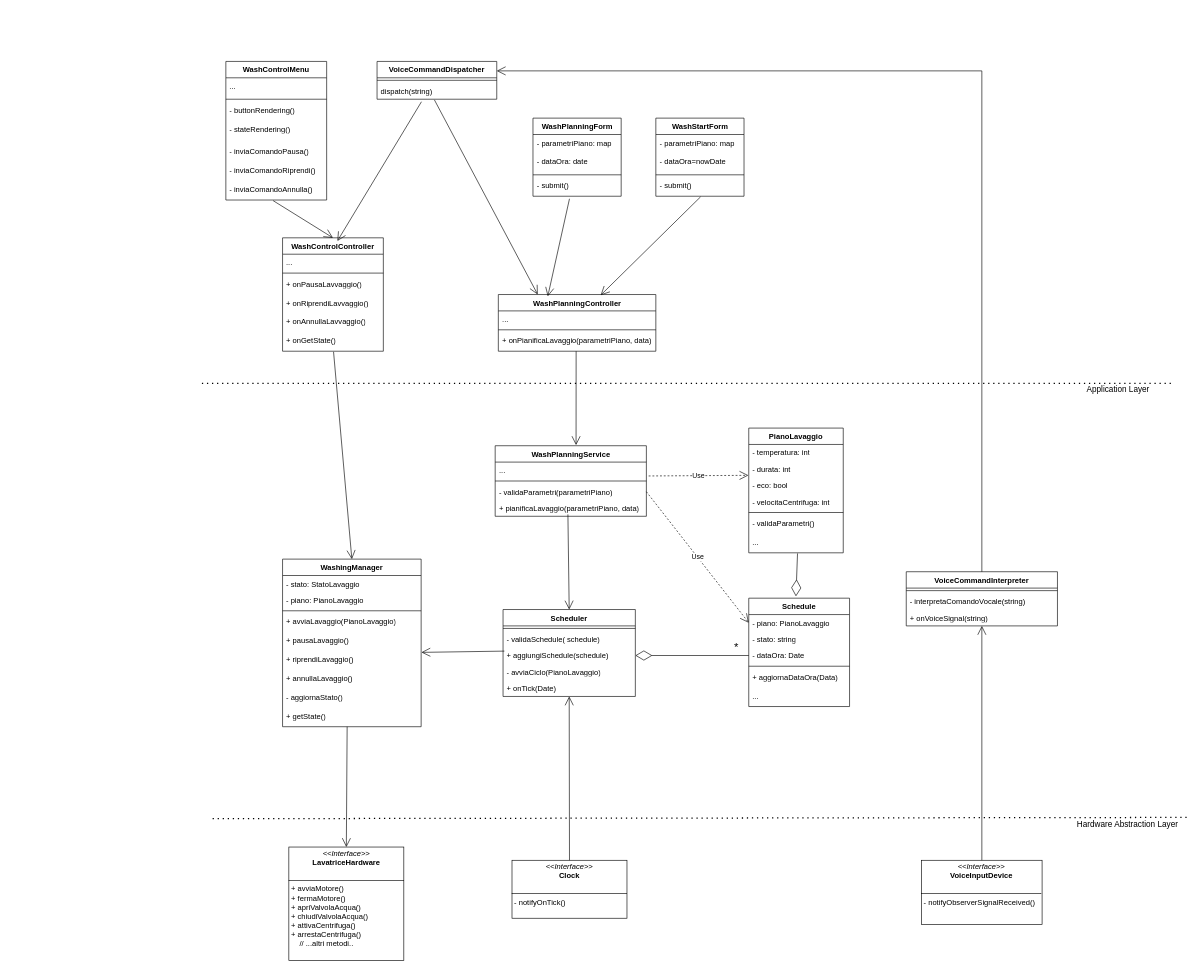
Before: content/class.drawio in uni-aca100/ing-proj, a draw.io diagram. Source tidied: cells renumbered, new cells numbered last; positions are measured from the earlier drawing's top-left corner, leaving out a move shared by most shapes. Both pictures are drawn from the tidied source at 63%, with x=0, y=0 at pixel (202, 61).
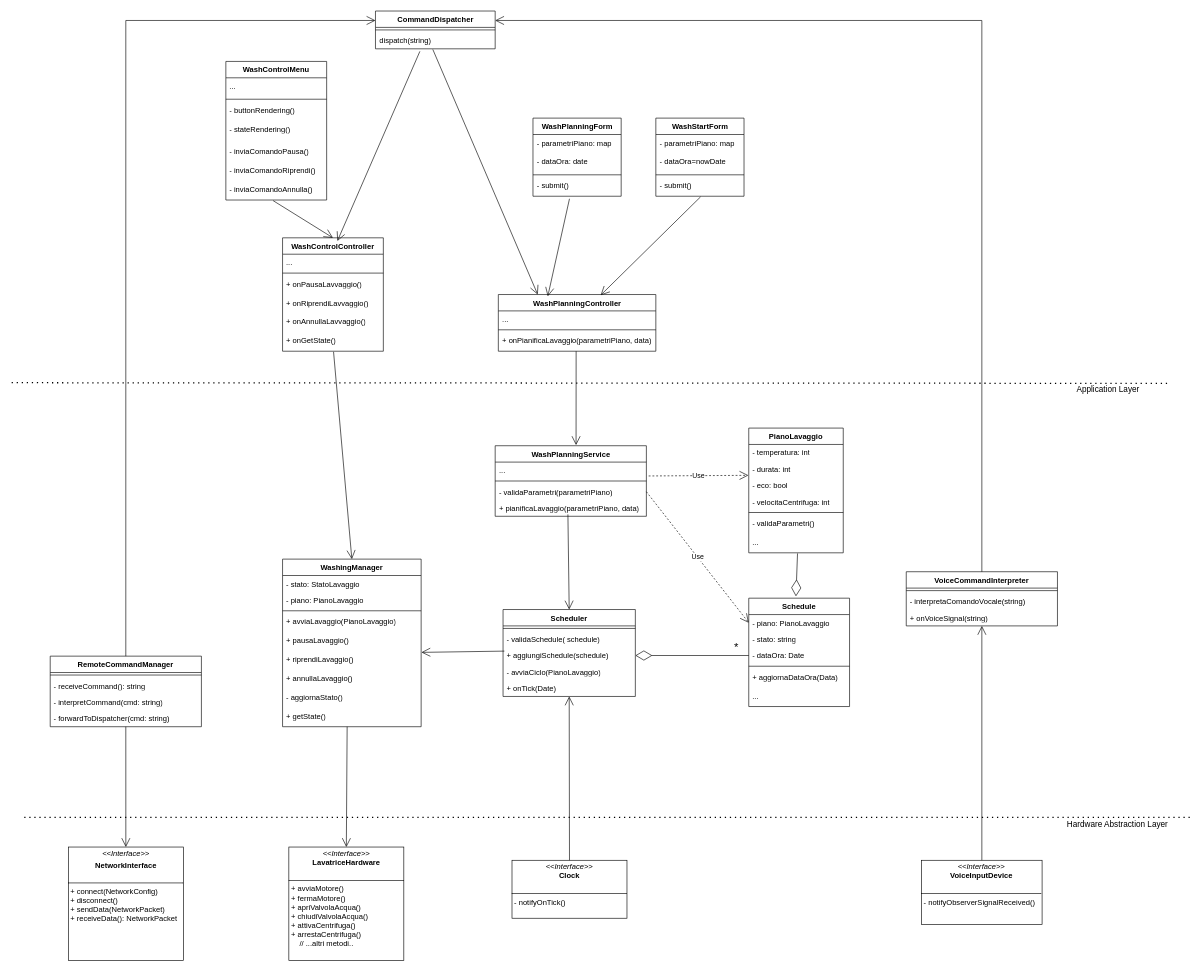
After the change.

Commit message (it also covers changes not shown here):
add remote control

Diff of the diagram source:
```diff
@@
     <mxCell id="31" style="endArrow=none;dashed=1;html=1;dashPattern=1 3;strokeWidth=2;rounded=0;fontSize=14;" parent="1" edge="1">
       <mxGeometry relative="1" as="geometry">
-        <mxPoint y="511" as="sourcePoint" />
+        <mxPoint x="-302" y="510" as="sourcePoint" />
         <mxPoint x="1538" y="511" as="targetPoint" />
       </mxGeometry>
     </mxCell>
@@
     <mxCell id="75" style="endArrow=none;dashed=1;html=1;dashPattern=1 3;strokeWidth=2;rounded=0;fontSize=14;" parent="1" edge="1">
       <mxGeometry relative="1" as="geometry">
-        <mxPoint x="17" y="1202" as="sourcePoint" />
+        <mxPoint x="-282" y="1200" as="sourcePoint" />
         <mxPoint x="1568" y="1200" as="targetPoint" />
       </mxGeometry>
     </mxCell>
@@
-    <mxCell id="91" value="VoiceCommandDispatcher" style="swimlane;fontStyle=1;align=center;verticalAlign=top;horizontal=1;startSize=26;whiteSpace=wrap;html=1;" parent="1" vertex="1">
-      <mxGeometry x="278" width="190" height="60" as="geometry" />
+    <mxCell id="91" value="CommandDispatcher" style="swimlane;fontStyle=1;align=center;verticalAlign=top;horizontal=1;startSize=26;whiteSpace=wrap;html=1;" parent="1" vertex="1">
+      <mxGeometry x="275.5" y="-80" width="190" height="60" as="geometry" />
     </mxCell>
@@
+    <mxCell id="99" value="&lt;p style=&quot;margin:0px;margin-top:4px;text-align:center;&quot;&gt;&lt;i&gt;&amp;lt;&amp;lt;Interface&amp;gt;&amp;gt;&lt;/i&gt;&lt;/p&gt;&lt;p style=&quot;margin:0px;margin-top:4px;text-align:center;&quot;&gt;&lt;b&gt;NetworkInterface&lt;/b&gt;&lt;/p&gt;&lt;p style=&quot;margin:0px;margin-left:4px;&quot;&gt;&lt;br&gt;&lt;/p&gt;&lt;hr size=&quot;1&quot; style=&quot;border-style:solid;&quot;&gt;&amp;nbsp;+ connect(NetworkConfig)&lt;br&gt;&amp;nbsp;+ disconnect()&lt;br&gt;&amp;nbsp;+ sendData(NetworkPacket)&lt;br&gt;&amp;nbsp;+ receiveData(): NetworkPacket" style="verticalAlign=top;align=left;overflow=fill;html=1;whiteSpace=wrap;" parent="1" vertex="1">
+      <mxGeometry x="-212" y="1247" width="182.5" height="180" as="geometry" />
+    </mxCell>
+    <mxCell id="100" value="RemoteCommandManager" style="swimlane;fontStyle=1;align=center;verticalAlign=top;horizontal=1;startSize=26;whiteSpace=wrap;html=1;" parent="1" vertex="1">
+      <mxGeometry x="-240.8" y="944" width="240" height="112" as="geometry" />
+    </mxCell>
+    <mxCell id="101" style="line;strokeWidth=1;fillColor=none;align=left;verticalAlign=middle;spacingTop=-1;spacingLeft=3;spacingRight=3;labelPosition=right;strokeColor=inherit;" parent="100" vertex="1">
+      <mxGeometry y="26" width="240" height="8" as="geometry" />
+    </mxCell>
+    <mxCell id="102" value="- receiveCommand(): string" style="text;strokeColor=none;fillColor=none;align=left;verticalAlign=top;spacingLeft=4;spacingRight=4;overflow=hidden;whiteSpace=wrap;html=1;" parent="100" vertex="1">
+      <mxGeometry y="34" width="240" height="26" as="geometry" />
+    </mxCell>
+    <mxCell id="103" value="- interpretCommand(cmd: string)" style="text;strokeColor=none;fillColor=none;align=left;verticalAlign=top;spacingLeft=4;spacingRight=4;overflow=hidden;whiteSpace=wrap;html=1;" parent="100" vertex="1">
+      <mxGeometry y="60" width="240" height="26" as="geometry" />
+    </mxCell>
+    <mxCell id="104" value="- forwardToDispatcher(cmd: string)" style="text;strokeColor=none;fillColor=none;align=left;verticalAlign=top;spacingLeft=4;spacingRight=4;overflow=hidden;whiteSpace=wrap;html=1;" parent="100" vertex="1">
+      <mxGeometry y="86" width="240" height="26" as="geometry" />
+    </mxCell>
+    <mxCell id="105" style="endArrow=open;endFill=1;endSize=12;html=1;rounded=0;exitX=0.5;exitY=1;exitDx=0;exitDy=0;" parent="1" edge="1" source="100" target="99">
+      <mxGeometry relative="1" as="geometry" />
+    </mxCell>
+    <mxCell id="106" style="endArrow=open;endFill=1;endSize=12;html=1;rounded=0;exitX=0.5;exitY=0;exitDx=0;exitDy=0;entryX=0;entryY=0.25;entryDx=0;entryDy=0;edgeStyle=orthogonalEdgeStyle;" parent="1" edge="1" source="100" target="91">
+      <mxGeometry relative="1" as="geometry" />
+    </mxCell>
```
